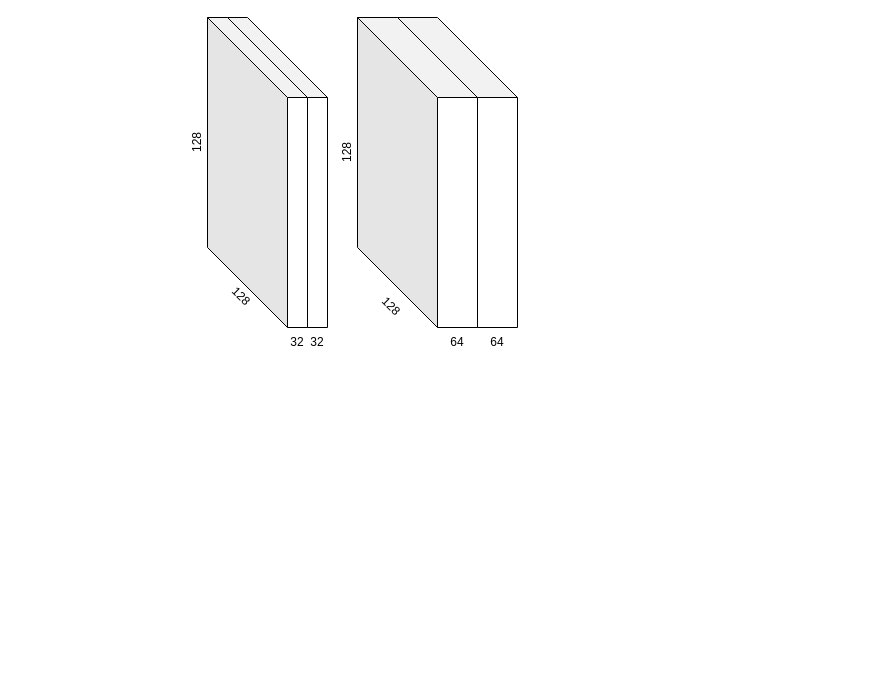
This is Untitled Diagram.drawio from ttaburet/DocumentsTampering, a draw.io file, before an edit. Source tidied: cells renumbered, new cells numbered last; positions are measured from the earlier drawing's top-left corner, leaving out a move shared by most shapes. Both pictures are drawn from the tidied source at 100%, with x=0, y=0 at pixel (167, 17).
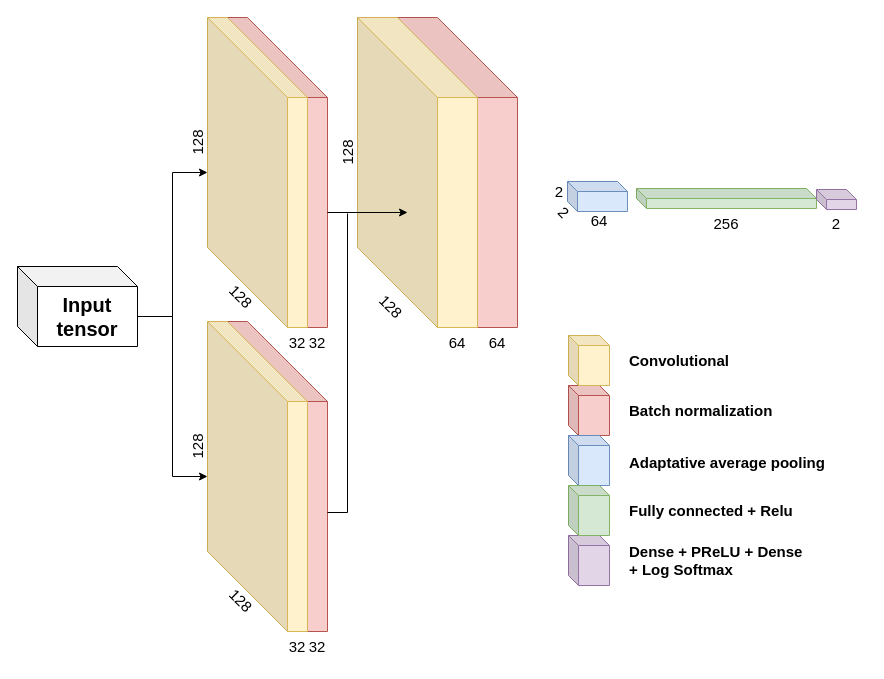
Above is the later version.

What changed in the source:
```diff
@@
-    <mxCell id="2" style="shape=cube;whiteSpace=wrap;html=1;boundedLbl=1;backgroundOutline=1;darkOpacity=0.05;darkOpacity2=0.1;size=80;" parent="1" vertex="1">
+    <mxCell id="2" style="shape=cube;whiteSpace=wrap;html=1;boundedLbl=1;backgroundOutline=1;darkOpacity=0.05;darkOpacity2=0.1;size=80;fillColor=#f8cecc;strokeColor=#b85450;" parent="1" vertex="1">
       <mxGeometry x="60" width="100" height="310" as="geometry" />
     </mxCell>
-    <mxCell id="3" style="shape=cube;whiteSpace=wrap;html=1;boundedLbl=1;backgroundOutline=1;darkOpacity=0.05;darkOpacity2=0.1;size=80;" parent="1" vertex="1">
+    <mxCell id="3" style="shape=cube;whiteSpace=wrap;html=1;boundedLbl=1;backgroundOutline=1;darkOpacity=0.05;darkOpacity2=0.1;size=80;fillColor=#fff2cc;strokeColor=#d6b656;shadow=0;sketch=0;" parent="1" vertex="1">
       <mxGeometry x="40" width="100" height="310" as="geometry" />
     </mxCell>
-    <mxCell id="4" style="shape=cube;whiteSpace=wrap;html=1;boundedLbl=1;backgroundOutline=1;darkOpacity=0.05;darkOpacity2=0.1;size=80;" parent="1" vertex="1">
+    <mxCell id="4" style="shape=cube;whiteSpace=wrap;html=1;boundedLbl=1;backgroundOutline=1;darkOpacity=0.05;darkOpacity2=0.1;size=80;fillColor=#f8cecc;strokeColor=#b85450;" parent="1" vertex="1">
       <mxGeometry x="230" width="120" height="310" as="geometry" />
     </mxCell>
-    <mxCell id="5" value="32" style="text;html=1;strokeColor=none;fillColor=none;align=center;verticalAlign=middle;whiteSpace=wrap;rounded=0;" parent="1" vertex="1">
+    <mxCell id="5" value="32" style="text;html=1;strokeColor=none;fillColor=none;align=center;verticalAlign=middle;whiteSpace=wrap;rounded=0;fontSize=15;" parent="1" vertex="1">
       <mxGeometry x="100" y="310" width="60" height="30" as="geometry" />
     </mxCell>
-    <mxCell id="6" value="32" style="text;html=1;strokeColor=none;fillColor=none;align=center;verticalAlign=middle;whiteSpace=wrap;rounded=0;" parent="1" vertex="1">
+    <mxCell id="6" value="32" style="text;html=1;strokeColor=none;fillColor=none;align=center;verticalAlign=middle;whiteSpace=wrap;rounded=0;fontSize=15;" parent="1" vertex="1">
       <mxGeometry x="120" y="310" width="60" height="30" as="geometry" />
     </mxCell>
-    <mxCell id="7" value="128" style="text;html=1;strokeColor=none;fillColor=none;align=center;verticalAlign=middle;whiteSpace=wrap;rounded=0;rotation=45;" parent="1" vertex="1">
+    <mxCell id="7" value="128" style="text;html=1;strokeColor=none;fillColor=none;align=center;verticalAlign=middle;whiteSpace=wrap;rounded=0;rotation=45;fontSize=15;" parent="1" vertex="1">
       <mxGeometry x="44" y="264" width="60" height="30" as="geometry" />
     </mxCell>
-    <mxCell id="8" value="128" style="text;html=1;strokeColor=none;fillColor=none;align=center;verticalAlign=middle;whiteSpace=wrap;rounded=0;rotation=-90;" parent="1" vertex="1">
+    <mxCell id="8" value="128" style="text;html=1;strokeColor=none;fillColor=none;align=center;verticalAlign=middle;whiteSpace=wrap;rounded=0;rotation=-90;fontSize=15;" parent="1" vertex="1">
       <mxGeometry y="110" width="60" height="30" as="geometry" />
     </mxCell>
-    <mxCell id="9" style="shape=cube;whiteSpace=wrap;html=1;boundedLbl=1;backgroundOutline=1;darkOpacity=0.05;darkOpacity2=0.1;size=80;" parent="1" vertex="1">
+    <mxCell id="9" style="shape=cube;whiteSpace=wrap;html=1;boundedLbl=1;backgroundOutline=1;darkOpacity=0.05;darkOpacity2=0.1;size=80;fillColor=#fff2cc;strokeColor=#d6b656;" parent="1" vertex="1">
       <mxGeometry x="190" width="120" height="310" as="geometry" />
     </mxCell>
-    <mxCell id="10" value="64" style="text;html=1;strokeColor=none;fillColor=none;align=center;verticalAlign=middle;whiteSpace=wrap;rounded=0;" parent="1" vertex="1">
+    <mxCell id="10" value="64" style="text;html=1;strokeColor=none;fillColor=none;align=center;verticalAlign=middle;whiteSpace=wrap;rounded=0;fontSize=15;" parent="1" vertex="1">
       <mxGeometry x="260" y="310" width="60" height="30" as="geometry" />
     </mxCell>
-    <mxCell id="11" value="64" style="text;html=1;strokeColor=none;fillColor=none;align=center;verticalAlign=middle;whiteSpace=wrap;rounded=0;" parent="1" vertex="1">
+    <mxCell id="11" value="64" style="text;html=1;strokeColor=none;fillColor=none;align=center;verticalAlign=middle;whiteSpace=wrap;rounded=0;fontSize=15;" parent="1" vertex="1">
       <mxGeometry x="300" y="310" width="60" height="30" as="geometry" />
     </mxCell>
-    <mxCell id="12" value="128" style="text;html=1;strokeColor=none;fillColor=none;align=center;verticalAlign=middle;whiteSpace=wrap;rounded=0;rotation=45;" parent="1" vertex="1">
+    <mxCell id="12" value="128" style="text;html=1;strokeColor=none;fillColor=none;align=center;verticalAlign=middle;whiteSpace=wrap;rounded=0;rotation=45;fontSize=15;" parent="1" vertex="1">
       <mxGeometry x="194" y="274" width="60" height="30" as="geometry" />
     </mxCell>
-    <mxCell id="13" value="128" style="text;html=1;strokeColor=none;fillColor=none;align=center;verticalAlign=middle;whiteSpace=wrap;rounded=0;rotation=-90;" parent="1" vertex="1">
+    <mxCell id="13" value="128" style="text;html=1;strokeColor=none;fillColor=none;align=center;verticalAlign=middle;whiteSpace=wrap;rounded=0;rotation=-90;fontSize=15;" parent="1" vertex="1">
       <mxGeometry x="150" y="120" width="60" height="30" as="geometry" />
     </mxCell>
+    <mxCell id="14" style="shape=cube;whiteSpace=wrap;html=1;boundedLbl=1;backgroundOutline=1;darkOpacity=0.05;darkOpacity2=0.1;size=80;fillColor=#f8cecc;strokeColor=#b85450;" parent="1" vertex="1">
+      <mxGeometry x="60" y="304" width="100" height="310" as="geometry" />
+    </mxCell>
+    <mxCell id="15" style="shape=cube;whiteSpace=wrap;html=1;boundedLbl=1;backgroundOutline=1;darkOpacity=0.05;darkOpacity2=0.1;size=80;fillColor=#fff2cc;strokeColor=#d6b656;" parent="1" vertex="1">
+      <mxGeometry x="40" y="304" width="100" height="310" as="geometry" />
+    </mxCell>
+    <mxCell id="16" value="32" style="text;html=1;strokeColor=none;fillColor=none;align=center;verticalAlign=middle;whiteSpace=wrap;rounded=0;fontSize=15;" parent="1" vertex="1">
+      <mxGeometry x="100" y="614" width="60" height="30" as="geometry" />
+    </mxCell>
+    <mxCell id="17" value="128" style="text;html=1;strokeColor=none;fillColor=none;align=center;verticalAlign=middle;whiteSpace=wrap;rounded=0;rotation=45;fontSize=15;" parent="1" vertex="1">
+      <mxGeometry x="44" y="568" width="60" height="30" as="geometry" />
+    </mxCell>
+    <mxCell id="18" value="128" style="text;html=1;strokeColor=none;fillColor=none;align=center;verticalAlign=middle;whiteSpace=wrap;rounded=0;rotation=-90;fontSize=15;" parent="1" vertex="1">
+      <mxGeometry y="414" width="60" height="30" as="geometry" />
+    </mxCell>
+    <mxCell id="19" style="shape=cube;whiteSpace=wrap;html=1;boundedLbl=1;backgroundOutline=1;darkOpacity=0.05;darkOpacity2=0.1;size=10;fillColor=#dae8fc;strokeColor=#6c8ebf;" parent="1" vertex="1">
+      <mxGeometry x="400" y="164" width="60" height="30" as="geometry" />
+    </mxCell>
+    <mxCell id="20" value="2" style="text;html=1;strokeColor=none;fillColor=none;align=center;verticalAlign=middle;whiteSpace=wrap;rounded=0;fontSize=15;" parent="1" vertex="1">
+      <mxGeometry x="362" y="159" width="60" height="30" as="geometry" />
+    </mxCell>
+    <mxCell id="21" value="2" style="text;html=1;strokeColor=none;fillColor=none;align=center;verticalAlign=middle;whiteSpace=wrap;rounded=0;rotation=45;fontSize=15;" parent="1" vertex="1">
+      <mxGeometry x="367" y="180" width="60" height="30" as="geometry" />
+    </mxCell>
+    <mxCell id="22" value="64" style="text;html=1;strokeColor=none;fillColor=none;align=center;verticalAlign=middle;whiteSpace=wrap;rounded=0;fontSize=15;" parent="1" vertex="1">
+      <mxGeometry x="402" y="188" width="60" height="30" as="geometry" />
+    </mxCell>
+    <mxCell id="23" style="shape=cube;whiteSpace=wrap;html=1;boundedLbl=1;backgroundOutline=1;darkOpacity=0.05;darkOpacity2=0.1;size=10;fillColor=#d5e8d4;strokeColor=#82b366;" parent="1" vertex="1">
+      <mxGeometry x="469" y="171" width="180" height="20" as="geometry" />
+    </mxCell>
+    <mxCell id="24" value="256" style="text;html=1;strokeColor=none;fillColor=none;align=center;verticalAlign=middle;whiteSpace=wrap;rounded=0;fontSize=15;" parent="1" vertex="1">
+      <mxGeometry x="529" y="191" width="60" height="30" as="geometry" />
+    </mxCell>
+    <mxCell id="25" style="shape=cube;whiteSpace=wrap;html=1;boundedLbl=1;backgroundOutline=1;darkOpacity=0.05;darkOpacity2=0.1;size=10;fillColor=#e1d5e7;strokeColor=#9673a6;" parent="1" vertex="1">
+      <mxGeometry x="649" y="172" width="40" height="20" as="geometry" />
+    </mxCell>
+    <mxCell id="26" value="2" style="text;html=1;strokeColor=none;fillColor=none;align=center;verticalAlign=middle;whiteSpace=wrap;rounded=0;fontSize=15;" parent="1" vertex="1">
+      <mxGeometry x="639" y="191" width="60" height="30" as="geometry" />
+    </mxCell>
+    <mxCell id="27" style="shape=cube;whiteSpace=wrap;html=1;boundedLbl=1;backgroundOutline=1;darkOpacity=0.05;darkOpacity2=0.1;size=10;fillColor=#f8cecc;strokeColor=#b85450;" parent="1" vertex="1">
+      <mxGeometry x="401" y="368" width="41" height="50" as="geometry" />
+    </mxCell>
+    <mxCell id="28" style="shape=cube;whiteSpace=wrap;html=1;boundedLbl=1;backgroundOutline=1;darkOpacity=0.05;darkOpacity2=0.1;size=10;fillColor=#dae8fc;strokeColor=#6c8ebf;" parent="1" vertex="1">
+      <mxGeometry x="401" y="418" width="41" height="50" as="geometry" />
+    </mxCell>
+    <mxCell id="29" style="shape=cube;whiteSpace=wrap;html=1;boundedLbl=1;backgroundOutline=1;darkOpacity=0.05;darkOpacity2=0.1;size=10;fillColor=#fff2cc;strokeColor=#d6b656;" parent="1" vertex="1">
+      <mxGeometry x="401" y="318" width="41" height="50" as="geometry" />
+    </mxCell>
+    <mxCell id="30" style="shape=cube;whiteSpace=wrap;html=1;boundedLbl=1;backgroundOutline=1;darkOpacity=0.05;darkOpacity2=0.1;size=10;fillColor=#e1d5e7;strokeColor=#9673a6;" parent="1" vertex="1">
+      <mxGeometry x="401" y="518" width="41" height="50" as="geometry" />
+    </mxCell>
+    <mxCell id="31" style="shape=cube;whiteSpace=wrap;html=1;boundedLbl=1;backgroundOutline=1;darkOpacity=0.05;darkOpacity2=0.1;size=10;fillColor=#d5e8d4;strokeColor=#82b366;" parent="1" vertex="1">
+      <mxGeometry x="401" y="468" width="41" height="50" as="geometry" />
+    </mxCell>
+    <mxCell id="32" style="endArrow=classic;html=1;rounded=0;exitX=0;exitY=0;exitDx=100;exitDy=195;exitPerimeter=0;entryX=0.417;entryY=0.629;entryDx=0;entryDy=0;entryPerimeter=0;" parent="1" edge="1" source="2" target="9">
+      <mxGeometry relative="1" as="geometry" />
+    </mxCell>
+    <mxCell id="33" style="endArrow=none;html=1;rounded=0;exitX=0;exitY=0;exitDx=100;exitDy=195;exitPerimeter=0;" parent="1" edge="1">
+      <mxGeometry relative="1" as="geometry">
+        <mxPoint x="160" y="495" as="sourcePoint" />
+        <mxPoint x="180" y="196" as="targetPoint" />
+        <Array as="points">
+          <mxPoint x="180" y="495" />
+        </Array>
+      </mxGeometry>
+    </mxCell>
+    <mxCell id="34" value="Convolutional" style="text;html=1;strokeColor=none;fillColor=none;align=left;verticalAlign=middle;whiteSpace=wrap;rounded=0;shadow=0;sketch=0;fontSize=15;fontStyle=1;" parent="1" vertex="1">
+      <mxGeometry x="460" y="328" width="60" height="30" as="geometry" />
+    </mxCell>
+    <mxCell id="35" value="Batch normalization" style="text;html=1;strokeColor=none;fillColor=none;align=left;verticalAlign=middle;whiteSpace=wrap;rounded=0;shadow=0;sketch=0;fontSize=15;fontStyle=1;" parent="1" vertex="1">
+      <mxGeometry x="460" y="378" width="161" height="30" as="geometry" />
+    </mxCell>
+    <mxCell id="36" value="Adaptative average pooling" style="text;html=1;strokeColor=none;fillColor=none;align=left;verticalAlign=middle;whiteSpace=wrap;rounded=0;shadow=0;sketch=0;fontSize=15;fontStyle=1;" parent="1" vertex="1">
+      <mxGeometry x="460" y="430" width="211" height="30" as="geometry" />
+    </mxCell>
+    <mxCell id="37" value="Fully connected + Relu" style="text;html=1;strokeColor=none;fillColor=none;align=left;verticalAlign=middle;whiteSpace=wrap;rounded=0;shadow=0;sketch=0;fontSize=15;fontStyle=1;" parent="1" vertex="1">
+      <mxGeometry x="460" y="478" width="181" height="30" as="geometry" />
+    </mxCell>
+    <mxCell id="38" value="Dense + PReLU + Dense + Log Softmax" style="text;html=1;strokeColor=none;fillColor=none;align=left;verticalAlign=middle;whiteSpace=wrap;rounded=0;shadow=0;sketch=0;fontSize=15;fontStyle=1;" parent="1" vertex="1">
+      <mxGeometry x="460" y="528" width="181" height="30" as="geometry" />
+    </mxCell>
+    <mxCell id="39" style="edgeStyle=orthogonalEdgeStyle;rounded=0;jettySize=auto;html=1;exitX=0;exitY=0;exitDx=120;exitDy=50;exitPerimeter=0;fontSize=15;" parent="1" edge="1" source="41" target="3">
+      <mxGeometry relative="1" as="geometry" />
+    </mxCell>
+    <mxCell id="40" style="edgeStyle=orthogonalEdgeStyle;rounded=0;jettySize=auto;html=1;exitX=0;exitY=0;exitDx=120;exitDy=50;exitPerimeter=0;fontSize=15;" parent="1" edge="1" source="41" target="15">
+      <mxGeometry relative="1" as="geometry" />
+    </mxCell>
+    <mxCell id="41" value="&lt;font style=&quot;font-size: 20px&quot;&gt;Input &lt;br&gt;tensor&lt;/font&gt;" style="shape=cube;whiteSpace=wrap;html=1;boundedLbl=1;backgroundOutline=1;darkOpacity=0.05;darkOpacity2=0.1;shadow=0;sketch=0;fontSize=15;gradientColor=none;fontStyle=1;" parent="1" vertex="1">
+      <mxGeometry x="-150" y="249" width="120" height="80" as="geometry" />
+    </mxCell>
+    <mxCell id="42" value="32" style="text;html=1;strokeColor=none;fillColor=none;align=center;verticalAlign=middle;whiteSpace=wrap;rounded=0;fontSize=15;" parent="1" vertex="1">
+      <mxGeometry x="120" y="614" width="60" height="30" as="geometry" />
+    </mxCell>
```
